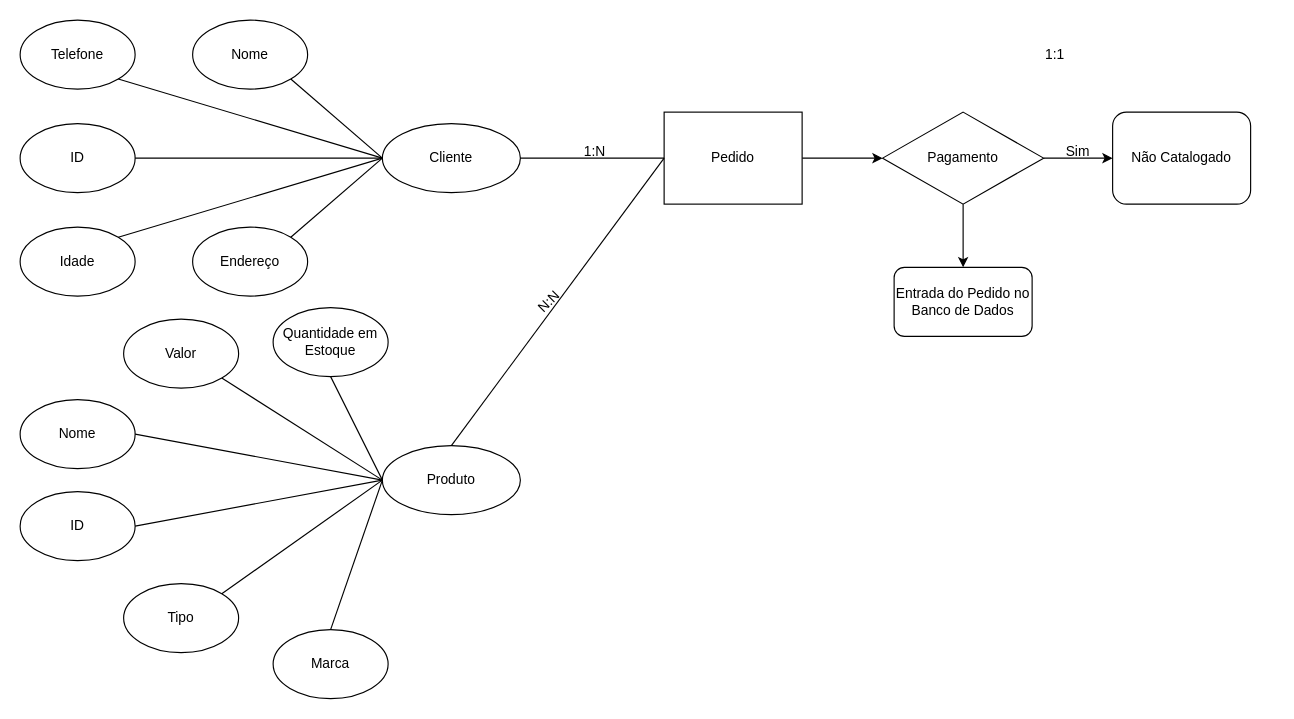
This is Diagrama Entidade-Relacionamento.drawio from XFireYTh/Unimar, a draw.io file, before an edit. Source tidied: cells renumbered, new cells numbered last; positions are measured from the earlier drawing's top-left corner, leaving out a move shared by most shapes. Both pictures are drawn from the tidied source at 115%, with x=0, y=0 at pixel (20, 20).
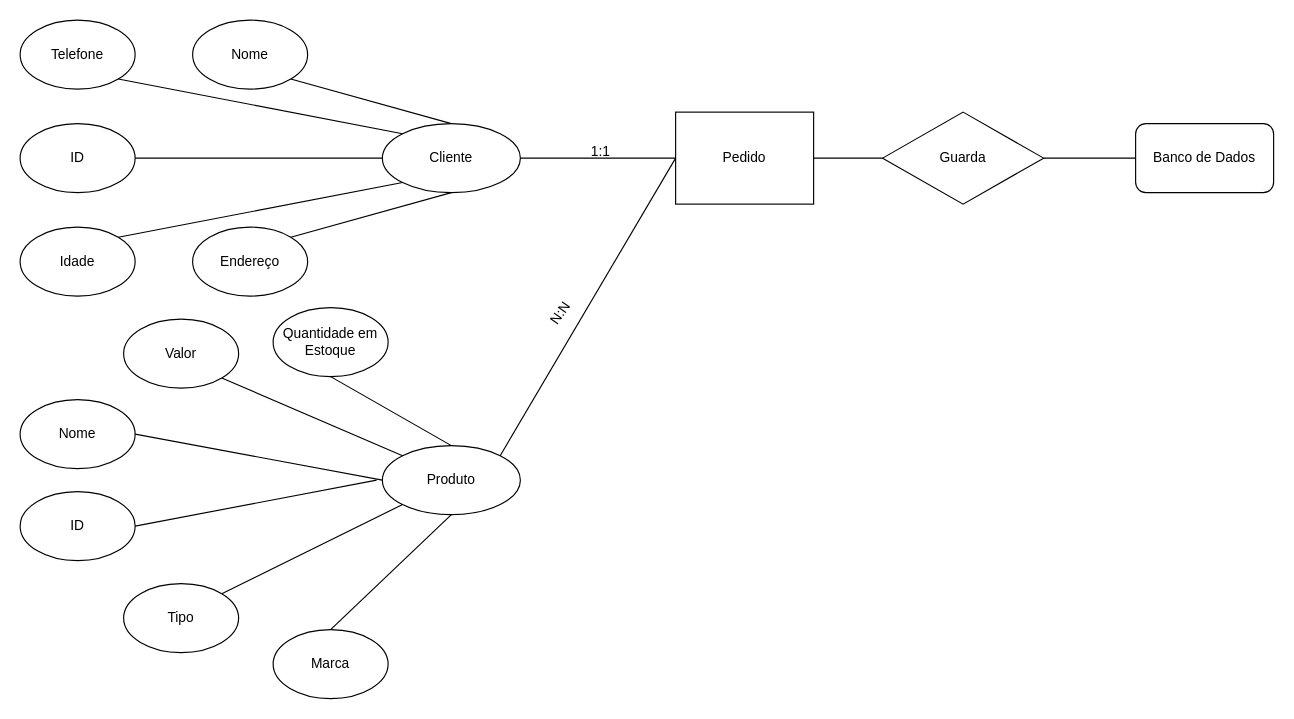
The same page after the edit.

Unchanged cells that the change refers to:
```xml
<mxCell id="4" value="Telefone" style="ellipse;whiteSpace=wrap;html=1;" parent="1" vertex="1">
  <mxGeometry width="100" height="60" as="geometry" />
</mxCell>
<mxCell id="5" value="Idade" style="ellipse;whiteSpace=wrap;html=1;" parent="1" vertex="1">
  <mxGeometry y="180" width="100" height="60" as="geometry" />
</mxCell>
<mxCell id="6" value="Nome" style="ellipse;whiteSpace=wrap;html=1;" parent="1" vertex="1">
  <mxGeometry x="150" width="100" height="60" as="geometry" />
</mxCell>
<mxCell id="7" value="Cliente" style="rounded=0;whiteSpace=wrap;html=1;shape=ellipse;perimeter=ellipsePerimeter;" parent="1" vertex="1">
  <mxGeometry x="315" y="90" width="120" height="60" as="geometry" />
</mxCell>
<mxCell id="8" value="Endereço" style="ellipse;whiteSpace=wrap;html=1;" parent="1" vertex="1">
  <mxGeometry x="150" y="180" width="100" height="60" as="geometry" />
</mxCell>
<mxCell id="9" value="Produto" style="rounded=0;whiteSpace=wrap;html=1;shape=ellipse;perimeter=ellipsePerimeter;" parent="1" vertex="1">
  <mxGeometry x="315" y="370" width="120" height="60" as="geometry" />
</mxCell>
<mxCell id="10" value="Quantidade em Estoque" style="ellipse;whiteSpace=wrap;html=1;" parent="1" vertex="1">
  <mxGeometry x="220" y="250" width="100" height="60" as="geometry" />
</mxCell>
<mxCell id="11" value="Tipo" style="ellipse;whiteSpace=wrap;html=1;" parent="1" vertex="1">
  <mxGeometry x="90" y="490" width="100" height="60" as="geometry" />
</mxCell>
<mxCell id="12" value="Marca" style="ellipse;whiteSpace=wrap;html=1;" parent="1" vertex="1">
  <mxGeometry x="220" y="530" width="100" height="60" as="geometry" />
</mxCell>
<mxCell id="13" value="Valor" style="ellipse;whiteSpace=wrap;html=1;" parent="1" vertex="1">
  <mxGeometry x="90" y="260" width="100" height="60" as="geometry" />
</mxCell>
<mxCell id="36" value="ID" style="ellipse;whiteSpace=wrap;html=1;" parent="1" vertex="1">
  <mxGeometry y="410" width="100" height="60" as="geometry" />
</mxCell>
```

Change to the diagram source:
```diff
@@
-    <mxCell id="2" style="edgeStyle=orthogonalEdgeStyle;rounded=0;jettySize=auto;html=1;exitX=1;exitY=0.5;exitDx=0;exitDy=0;entryX=0;entryY=0.5;entryDx=0;entryDy=0;" parent="1" edge="1" source="3" target="22">
-      <mxGeometry relative="1" as="geometry" />
-    </mxCell>
     <mxCell id="3" value="Pedido" style="rounded=0;whiteSpace=wrap;html=1;" parent="1" vertex="1">
-      <mxGeometry x="560" y="80" width="120" height="80" as="geometry" />
+      <mxGeometry x="570" y="80" width="120" height="80" as="geometry" />
     </mxCell>
@@
-    <mxCell id="14" style="endArrow=none;html=1;rounded=0;entryX=0;entryY=0.5;entryDx=0;entryDy=0;exitX=0.5;exitY=0;exitDx=0;exitDy=0;" parent="1" edge="1" source="9" target="3">
+    <mxCell id="14" style="endArrow=none;html=1;rounded=0;entryX=0;entryY=0.5;entryDx=0;entryDy=0;exitX=1;exitY=0;exitDx=0;exitDy=0;" parent="1" edge="1" source="9" target="3">
       <mxGeometry relative="1" as="geometry" />
     </mxCell>
-    <mxCell id="15" value="N:N" style="text;html=1;align=center;verticalAlign=middle;whiteSpace=wrap;rounded=0;rotation=-45;" parent="1" vertex="1">
-      <mxGeometry x="430" y="230" width="60" height="30" as="geometry" />
+    <mxCell id="15" value="N:N" style="text;html=1;align=center;verticalAlign=middle;whiteSpace=wrap;rounded=0;rotation=-55;" parent="1" vertex="1">
+      <mxGeometry x="440" y="240" width="60" height="30" as="geometry" />
     </mxCell>
-    <mxCell id="16" value="1:N" style="text;html=1;align=center;verticalAlign=middle;whiteSpace=wrap;rounded=0;" parent="1" vertex="1">
-      <mxGeometry x="470" y="100" width="60" height="30" as="geometry" />
-    </mxCell>
-    <mxCell id="17" value="Não Catalogado" style="rounded=1;whiteSpace=wrap;html=1;" parent="1" vertex="1">
-      <mxGeometry x="950" y="80" width="120" height="80" as="geometry" />
-    </mxCell>
@@
     <mxCell id="19" value="1:1" style="text;html=1;align=center;verticalAlign=middle;whiteSpace=wrap;rounded=0;" parent="1" vertex="1">
-      <mxGeometry x="870" y="15" width="60" height="30" as="geometry" />
+      <mxGeometry x="474.5" y="100" width="60" height="30" as="geometry" />
     </mxCell>
-    <mxCell id="20" style="edgeStyle=orthogonalEdgeStyle;rounded=0;jettySize=auto;html=1;exitX=1;exitY=0.5;exitDx=0;exitDy=0;entryX=0;entryY=0.5;entryDx=0;entryDy=0;" parent="1" edge="1" source="22" target="17">
-      <mxGeometry relative="1" as="geometry" />
-    </mxCell>
-    <mxCell id="21" style="edgeStyle=orthogonalEdgeStyle;rounded=0;jettySize=auto;html=1;exitX=0.5;exitY=1;exitDx=0;exitDy=0;entryX=0.5;entryY=0;entryDx=0;entryDy=0;" parent="1" edge="1" source="22" target="24">
-      <mxGeometry relative="1" as="geometry" />
-    </mxCell>
-    <mxCell id="22" value="Pagamento" style="rhombus;whiteSpace=wrap;html=1;" parent="1" vertex="1">
+    <mxCell id="22" value="Guarda" style="rhombus;whiteSpace=wrap;html=1;" parent="1" vertex="1">
       <mxGeometry x="750" y="80" width="140" height="80" as="geometry" />
     </mxCell>
-    <mxCell id="23" value="Sim" style="text;html=1;align=center;verticalAlign=middle;whiteSpace=wrap;rounded=0;" parent="1" vertex="1">
-      <mxGeometry x="890" y="100" width="60" height="30" as="geometry" />
-    </mxCell>
-    <mxCell id="24" value="Entrada do Pedido no Banco de Dados" style="rounded=1;whiteSpace=wrap;html=1;" parent="1" vertex="1">
-      <mxGeometry x="760" y="215" width="120" height="60" as="geometry" />
+    <mxCell id="24" value="Banco de Dados" style="rounded=1;whiteSpace=wrap;html=1;" parent="1" vertex="1">
+      <mxGeometry x="970" y="90" width="120" height="60" as="geometry" />
     </mxCell>
@@
-    <mxCell id="26" style="endArrow=none;html=1;rounded=0;exitX=1;exitY=1;exitDx=0;exitDy=0;entryX=0;entryY=0.5;entryDx=0;entryDy=0;" parent="1" edge="1" source="4" target="7">
+    <mxCell id="26" style="endArrow=none;html=1;rounded=0;exitX=1;exitY=1;exitDx=0;exitDy=0;entryX=0;entryY=0;entryDx=0;entryDy=0;" parent="1" edge="1" source="4" target="7">
       <mxGeometry relative="1" as="geometry" />
     </mxCell>
-    <mxCell id="27" style="endArrow=none;html=1;rounded=0;exitX=1;exitY=1;exitDx=0;exitDy=0;entryX=0;entryY=0.5;entryDx=0;entryDy=0;" parent="1" edge="1" source="6" target="7">
+    <mxCell id="27" style="endArrow=none;html=1;rounded=0;exitX=1;exitY=1;exitDx=0;exitDy=0;entryX=0.5;entryY=0;entryDx=0;entryDy=0;" parent="1" edge="1" source="6" target="7">
       <mxGeometry relative="1" as="geometry" />
     </mxCell>
@@
-    <mxCell id="29" style="endArrow=none;html=1;rounded=0;exitX=1;exitY=0;exitDx=0;exitDy=0;entryX=0;entryY=0.5;entryDx=0;entryDy=0;" parent="1" edge="1" source="8" target="7">
+    <mxCell id="29" style="endArrow=none;html=1;rounded=0;exitX=1;exitY=0;exitDx=0;exitDy=0;entryX=0.5;entryY=1;entryDx=0;entryDy=0;" parent="1" edge="1" source="8" target="7">
       <mxGeometry relative="1" as="geometry" />
     </mxCell>
-    <mxCell id="30" style="endArrow=none;html=1;rounded=0;exitX=1;exitY=0;exitDx=0;exitDy=0;entryX=0;entryY=0.5;entryDx=0;entryDy=0;" parent="1" edge="1" source="5" target="7">
+    <mxCell id="30" style="endArrow=none;html=1;rounded=0;exitX=1;exitY=0;exitDx=0;exitDy=0;entryX=0;entryY=1;entryDx=0;entryDy=0;" parent="1" edge="1" source="5" target="7">
       <mxGeometry relative="1" as="geometry" />
     </mxCell>
-    <mxCell id="31" style="endArrow=none;html=1;rounded=0;entryX=0;entryY=0.5;entryDx=0;entryDy=0;exitX=0.5;exitY=1;exitDx=0;exitDy=0;" parent="1" edge="1" source="10" target="9">
+    <mxCell id="31" style="endArrow=none;html=1;rounded=0;entryX=0.5;entryY=0;entryDx=0;entryDy=0;exitX=0.5;exitY=1;exitDx=0;exitDy=0;" parent="1" edge="1" source="10" target="9">
       <mxGeometry relative="1" as="geometry" />
     </mxCell>
-    <mxCell id="32" style="endArrow=none;html=1;rounded=0;exitX=1;exitY=1;exitDx=0;exitDy=0;entryX=0;entryY=0.5;entryDx=0;entryDy=0;" parent="1" edge="1" source="13" target="9">
+    <mxCell id="32" style="endArrow=none;html=1;rounded=0;exitX=1;exitY=1;exitDx=0;exitDy=0;entryX=0;entryY=0;entryDx=0;entryDy=0;" parent="1" edge="1" source="13" target="9">
       <mxGeometry relative="1" as="geometry" />
     </mxCell>
-    <mxCell id="33" style="endArrow=none;html=1;rounded=0;exitX=1;exitY=0;exitDx=0;exitDy=0;entryX=0;entryY=0.5;entryDx=0;entryDy=0;" parent="1" edge="1" source="11" target="9">
+    <mxCell id="33" style="endArrow=none;html=1;rounded=0;exitX=1;exitY=0;exitDx=0;exitDy=0;entryX=0;entryY=1;entryDx=0;entryDy=0;" parent="1" edge="1" source="11" target="9">
       <mxGeometry relative="1" as="geometry" />
     </mxCell>
-    <mxCell id="34" style="endArrow=none;html=1;rounded=0;entryX=0;entryY=0.5;entryDx=0;entryDy=0;exitX=0.5;exitY=0;exitDx=0;exitDy=0;" parent="1" edge="1" source="12" target="9">
+    <mxCell id="34" style="endArrow=none;html=1;rounded=0;entryX=0.5;entryY=1;entryDx=0;entryDy=0;exitX=0.5;exitY=0;exitDx=0;exitDy=0;" parent="1" edge="1" source="12" target="9">
       <mxGeometry relative="1" as="geometry" />
     </mxCell>
@@
-    <mxCell id="38" style="endArrow=none;html=1;rounded=0;exitX=1;exitY=0.5;exitDx=0;exitDy=0;entryX=0;entryY=0.5;entryDx=0;entryDy=0;" parent="1" edge="1" source="36" target="9">
-      <mxGeometry relative="1" as="geometry" />
+    <mxCell id="38" style="endArrow=none;html=1;rounded=0;exitX=1;exitY=0.5;exitDx=0;exitDy=0;" parent="1" edge="1" source="36">
+      <mxGeometry relative="1" as="geometry">
+        <mxPoint x="310" y="400" as="targetPoint" />
+      </mxGeometry>
     </mxCell>
+    <mxCell id="2" style="endArrow=none;html=1;rounded=0;entryX=0;entryY=0.5;entryDx=0;entryDy=0;exitX=1;exitY=0.5;exitDx=0;exitDy=0;" parent="1" edge="1" source="3" target="22">
+      <mxGeometry relative="1" as="geometry">
+        <Array as="points">
+          <mxPoint x="720" y="120" />
+        </Array>
+      </mxGeometry>
+    </mxCell>
+    <mxCell id="21" style="endArrow=none;html=1;rounded=0;entryX=0;entryY=0.5;entryDx=0;entryDy=0;exitX=1;exitY=0.5;exitDx=0;exitDy=0;" parent="1" edge="1" source="22" target="24">
+      <mxGeometry relative="1" as="geometry" />
+    </mxCell>
```
